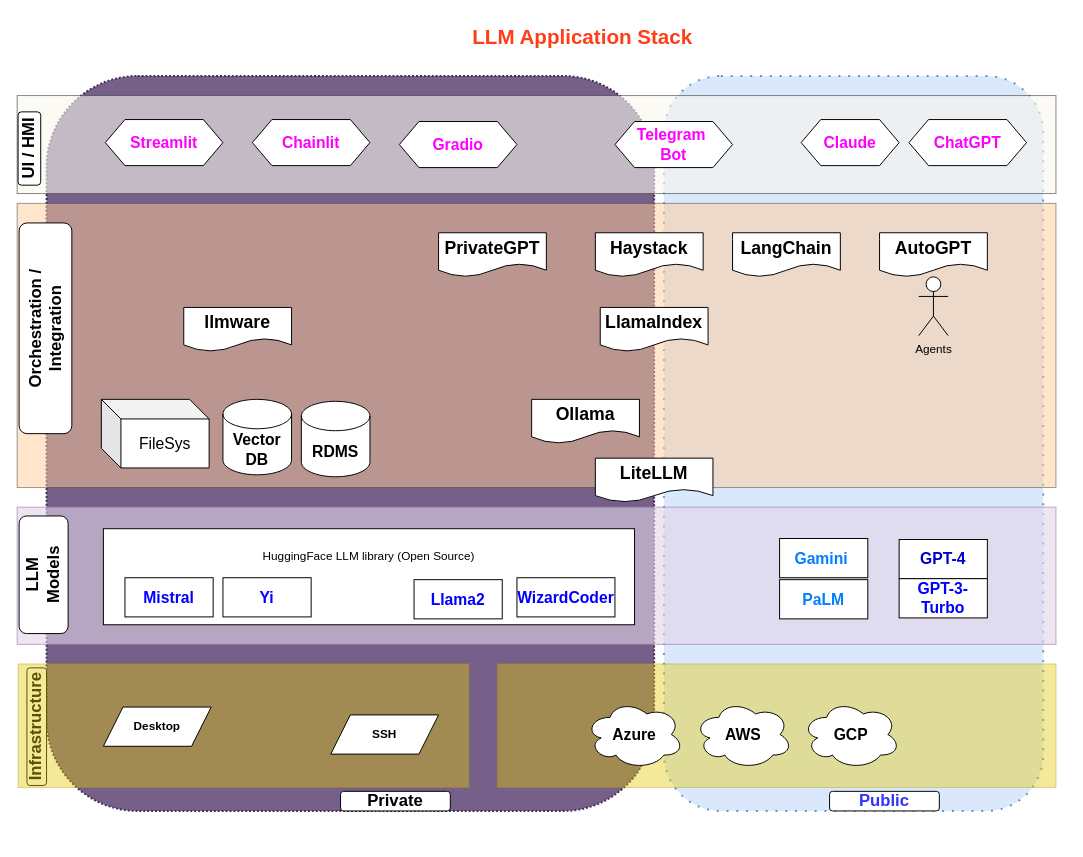
The draw.io diagram docs/LLM-App-Stack.drawio in gongwork/st_rag, before the edit. Source tidied: cells renumbered, new cells numbered last; positions are measured from the earlier drawing's top-left corner, leaving out a move shared by most shapes. Both pictures are drawn from the tidied source at 98%, with x=0, y=0 at pixel (-61, 17).
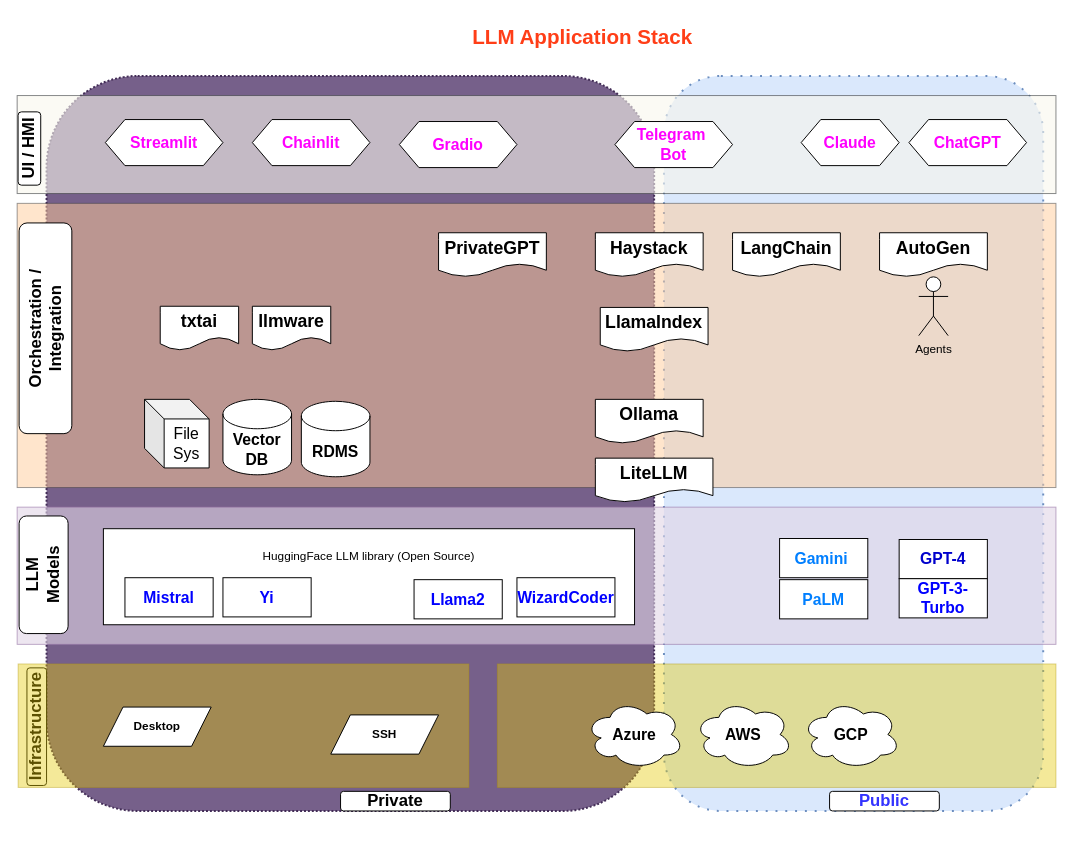
The same diagram, later.

Unchanged cells that the change refers to:
```xml
<mxCell id="2" style="group;" parent="1" vertex="1">
  <mxGeometry x="79" width="1070" height="840" as="geometry" />
</mxCell>
```

Diff of the diagram source:
```diff
@@
-    <mxCell id="28" value="&lt;font style=&quot;font-size: 18px;&quot;&gt;&lt;b&gt;AutoGPT&lt;/b&gt;&lt;/font&gt;" style="shape=document;whiteSpace=wrap;html=1;boundedLbl=1;" parent="2" vertex="1">
+    <mxCell id="28" value="&lt;font style=&quot;font-size: 18px;&quot;&gt;&lt;b&gt;AutoGen&lt;/b&gt;&lt;/font&gt;" style="shape=document;whiteSpace=wrap;html=1;boundedLbl=1;" parent="2" vertex="1">
       <mxGeometry x="880" y="220" width="110" height="45" as="geometry" />
     </mxCell>
@@
     <mxCell id="31" value="&lt;font style=&quot;font-size: 18px;&quot;&gt;&lt;b&gt;Ollama&lt;/b&gt;&lt;/font&gt;" style="shape=document;whiteSpace=wrap;html=1;boundedLbl=1;" parent="2" vertex="1">
-      <mxGeometry x="525" y="390" width="110" height="45" as="geometry" />
+      <mxGeometry x="590" y="390" width="110" height="45" as="geometry" />
     </mxCell>
@@
-    <mxCell id="33" value="&lt;font style=&quot;font-size: 16px;&quot;&gt;FileSys&lt;/font&gt;" style="shape=cube;whiteSpace=wrap;html=1;boundedLbl=1;backgroundOutline=1;darkOpacity=0.05;darkOpacity2=0.1;" parent="2" vertex="1">
-      <mxGeometry x="85.9" y="390" width="110" height="70" as="geometry" />
+    <mxCell id="33" value="&lt;font style=&quot;font-size: 16px;&quot;&gt;File&lt;br&gt;Sys&lt;/font&gt;" style="shape=cube;whiteSpace=wrap;html=1;boundedLbl=1;backgroundOutline=1;darkOpacity=0.05;darkOpacity2=0.1;" parent="2" vertex="1">
+      <mxGeometry x="130" y="390" width="65.9" height="70" as="geometry" />
     </mxCell>
@@
     <mxCell id="48" value="&lt;font style=&quot;font-size: 18px;&quot;&gt;&lt;b&gt;llmware&lt;/b&gt;&lt;/font&gt;" style="shape=document;whiteSpace=wrap;html=1;boundedLbl=1;" parent="2" vertex="1">
-      <mxGeometry x="170" y="296.2" width="110" height="45" as="geometry" />
+      <mxGeometry x="240" y="295" width="80" height="45" as="geometry" />
     </mxCell>
+    <mxCell id="49" value="&lt;font style=&quot;font-size: 18px;&quot;&gt;&lt;b&gt;txtai&lt;/b&gt;&lt;/font&gt;" style="shape=document;whiteSpace=wrap;html=1;boundedLbl=1;" parent="2" vertex="1">
+      <mxGeometry x="146" y="295" width="80" height="45" as="geometry" />
+    </mxCell>
```
